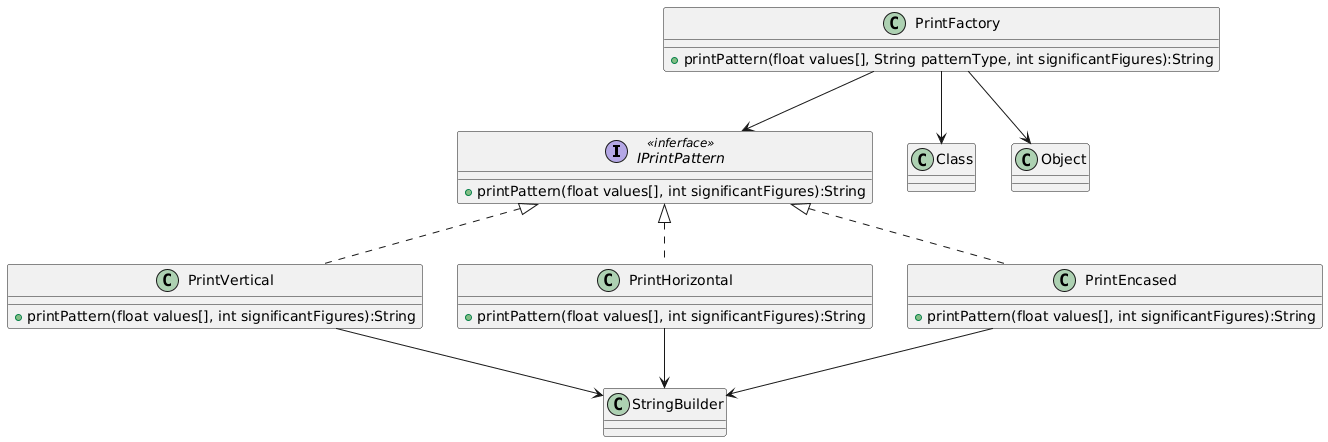
Above: Classes.png in B4Hive/FactoryMethod-DCC078-2026-3-A (PlantUML), before the change. Its diagram source:
```plantuml
@startuml
interface IPrintPattern <<inferface>> {
    +printPattern(float values[], int significantFigures):String
}

class PrintFactory {
    +printPattern(float values[], String patternType, int significantFigures):String
}

PrintFactory --> IPrintPattern
PrintFactory --> Class
PrintFactory --> Object

class PrintVertical implements IPrintPattern {
    +printPattern(float values[], int significantFigures):String
}

PrintVertical --> StringBuilder

class PrintHorizontal implements IPrintPattern {
    +printPattern(float values[], int significantFigures):String
}

PrintHorizontal --> StringBuilder

class PrintEncased implements IPrintPattern {
    +printPattern(float values[], int significantFigures):String
}

PrintEncased --> StringBuilder
@enduml
```
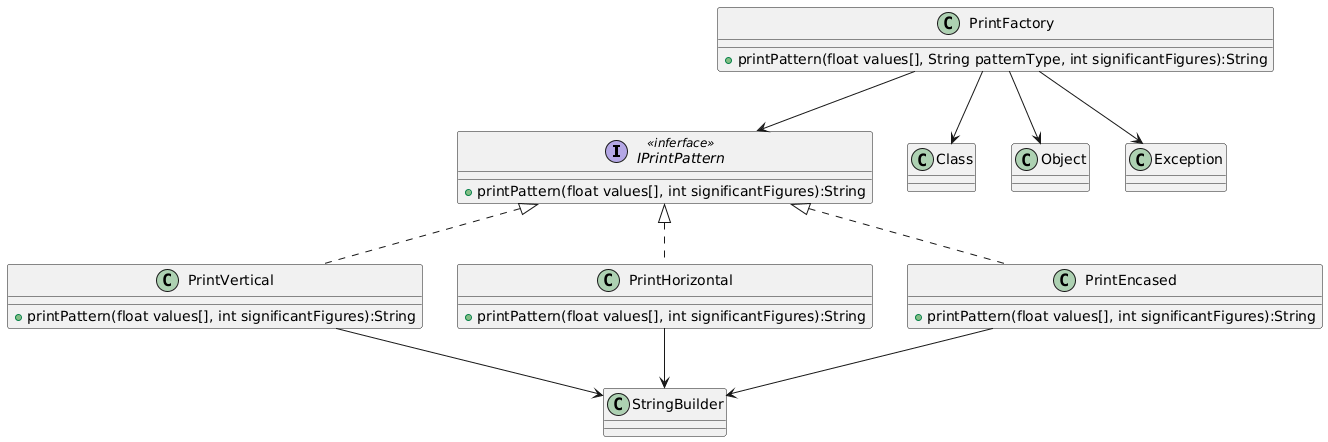
The same file after the commit.

Commit message:
fix: Update class diagram to include Exception in PrintFactory relationships

Change to the diagram source:
```diff
@@ -10,6 +10,7 @@
 PrintFactory --> IPrintPattern
 PrintFactory --> Class
 PrintFactory --> Object
+PrintFactory --> Exception
 
 class PrintVertical implements IPrintPattern {
     +printPattern(float values[], int significantFigures):String
```
